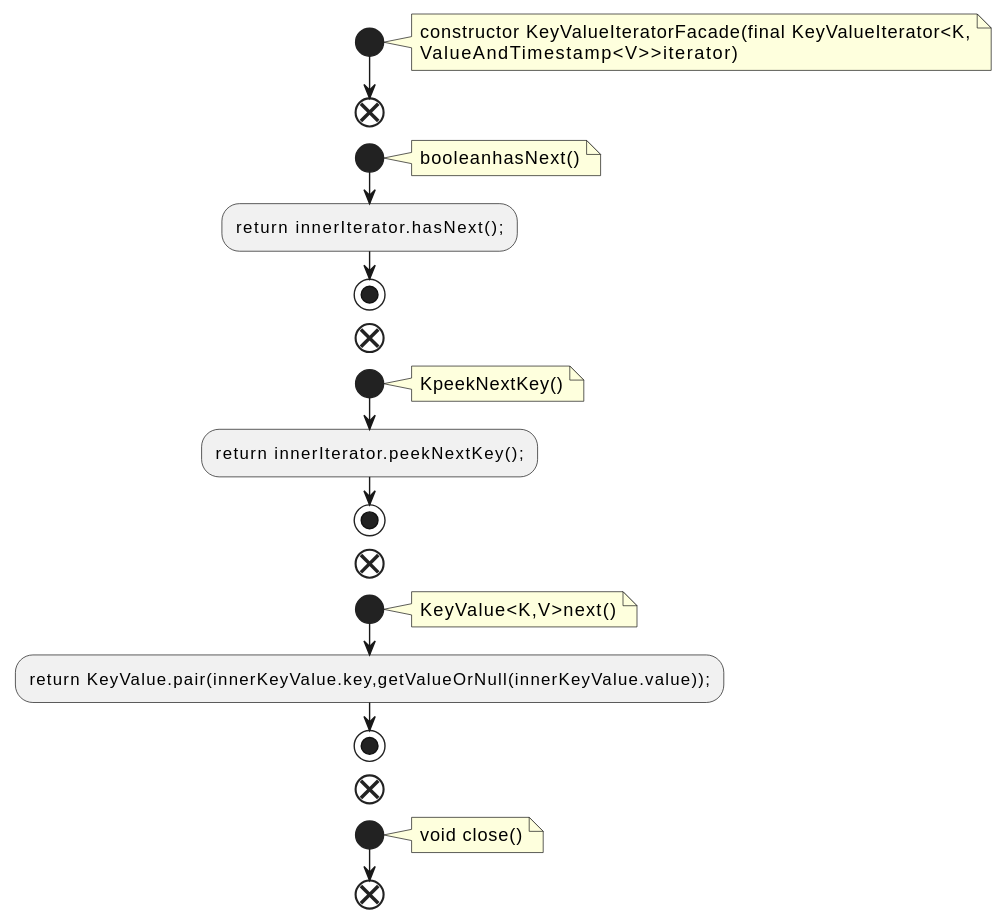
Above: docs/qc/streams/src/main/java/org/apache/kafka/streams/state/internals/KeyValueIteratorFacade.java.fct.svg in qualitesys/kafka (PlantUML), before the change.
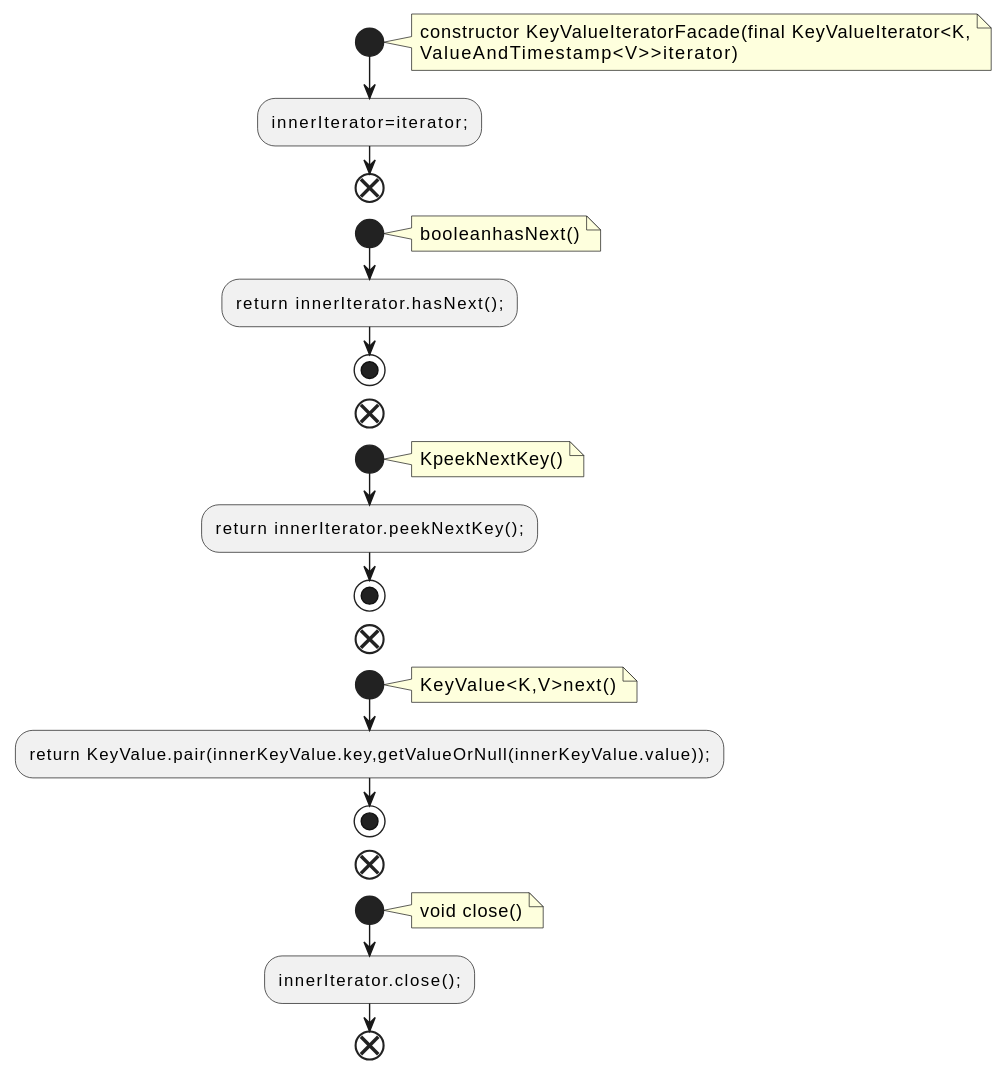
The same file after the commit.

Change to the diagram source:
```diff
@@ -5,6 +5,7 @@
 constructor KeyValueIteratorFacade(final KeyValueIterator<K,
 ValueAndTimestamp<V>>iterator)
 end note
+:innerIterator=iterator;;
 end
 start
 note right
@@ -31,5 +32,6 @@
 note right
 void close()
 end note
+:innerIterator.close();;
 end
 @enduml
```
